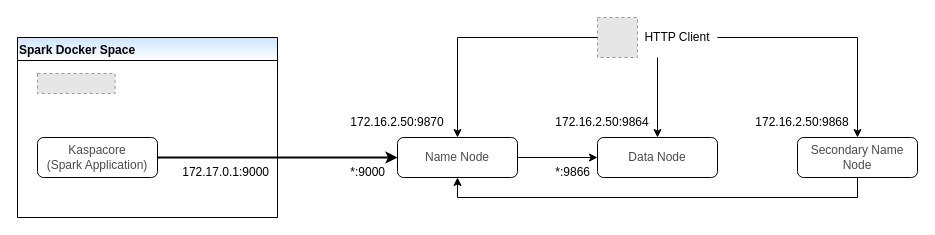
This is page "hadoop hdfs" (11 of 14) of Developer's Guide/MataElang Services.drawio from mata-elang-stable/DevelopersGuide, a draw.io file, before an edit. Source tidied: cells renumbered, new cells numbered last; positions are measured from the earlier drawing's top-left corner, leaving out a move shared by most shapes. Both pictures are drawn from the tidied source at 100%, with x=0, y=0 at pixel (17, 17). Pictures stored in the file or linked from it are replaced by grey dashed boxes.
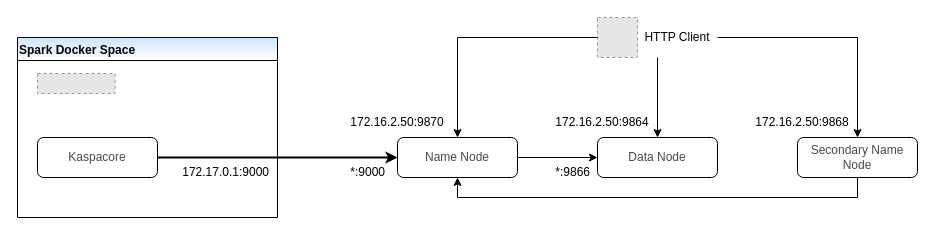
Above is the later version.

Commit message (it also covers changes not shown here):
Add Spark diagram

Unchanged cells that the change refers to:
```xml
<mxCell id="18" value="Spark Docker Space" style="swimlane;strokeColor=default;fillColor=#CCE5FF;align=left;gradientColor=#ffffff;swimlaneFillColor=none;" parent="1" vertex="1">
  <mxGeometry y="20" width="260" height="180" as="geometry" />
</mxCell>
```

Change to the diagram source:
```diff
@@
-    <mxCell id="20" value="&lt;font color=&quot;#4a4a4a&quot;&gt;&lt;span style=&quot;background-color: rgb(255 , 255 , 255)&quot;&gt;Kaspacore&lt;/span&gt;&lt;/font&gt;&lt;br style=&quot;color: rgb(74 , 74 , 74)&quot;&gt;&lt;span style=&quot;color: rgb(74 , 74 , 74) ; background-color: rgb(255 , 255 , 255)&quot;&gt;(Spark Application)&lt;/span&gt;&lt;font color=&quot;#4a4a4a&quot;&gt;&lt;span style=&quot;background-color: rgb(255 , 255 , 255)&quot;&gt;&lt;br&gt;&lt;/span&gt;&lt;/font&gt;" style="rounded=1;whiteSpace=wrap;html=1;fontSize=12;glass=0;strokeWidth=1;shadow=0;" parent="18" vertex="1">
+    <mxCell id="20" value="&lt;font color=&quot;#4a4a4a&quot;&gt;&lt;span style=&quot;background-color: rgb(255 , 255 , 255)&quot;&gt;Kaspacore&lt;/span&gt;&lt;/font&gt;&lt;font color=&quot;#4a4a4a&quot;&gt;&lt;span style=&quot;background-color: rgb(255 , 255 , 255)&quot;&gt;&lt;br&gt;&lt;/span&gt;&lt;/font&gt;" style="rounded=1;whiteSpace=wrap;html=1;fontSize=12;glass=0;strokeWidth=1;shadow=0;" parent="18" vertex="1">
       <mxGeometry x="20" y="100" width="120" height="40" as="geometry" />
     </mxCell>
```
